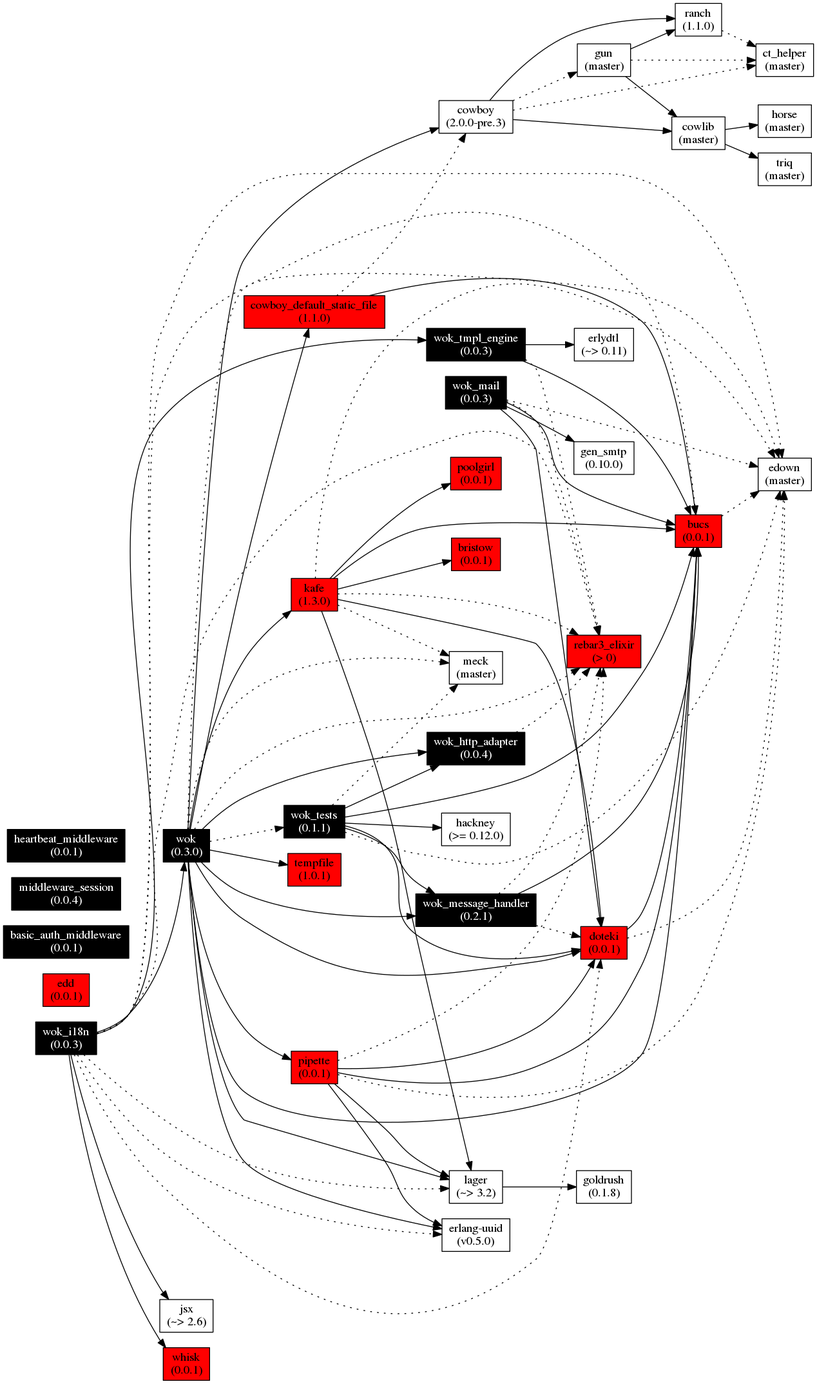
Above: doc/images/wok.deps.png in botsunit/wok (Graphviz), before the change. Its source is kept beside it as images/wok.deps.gv.
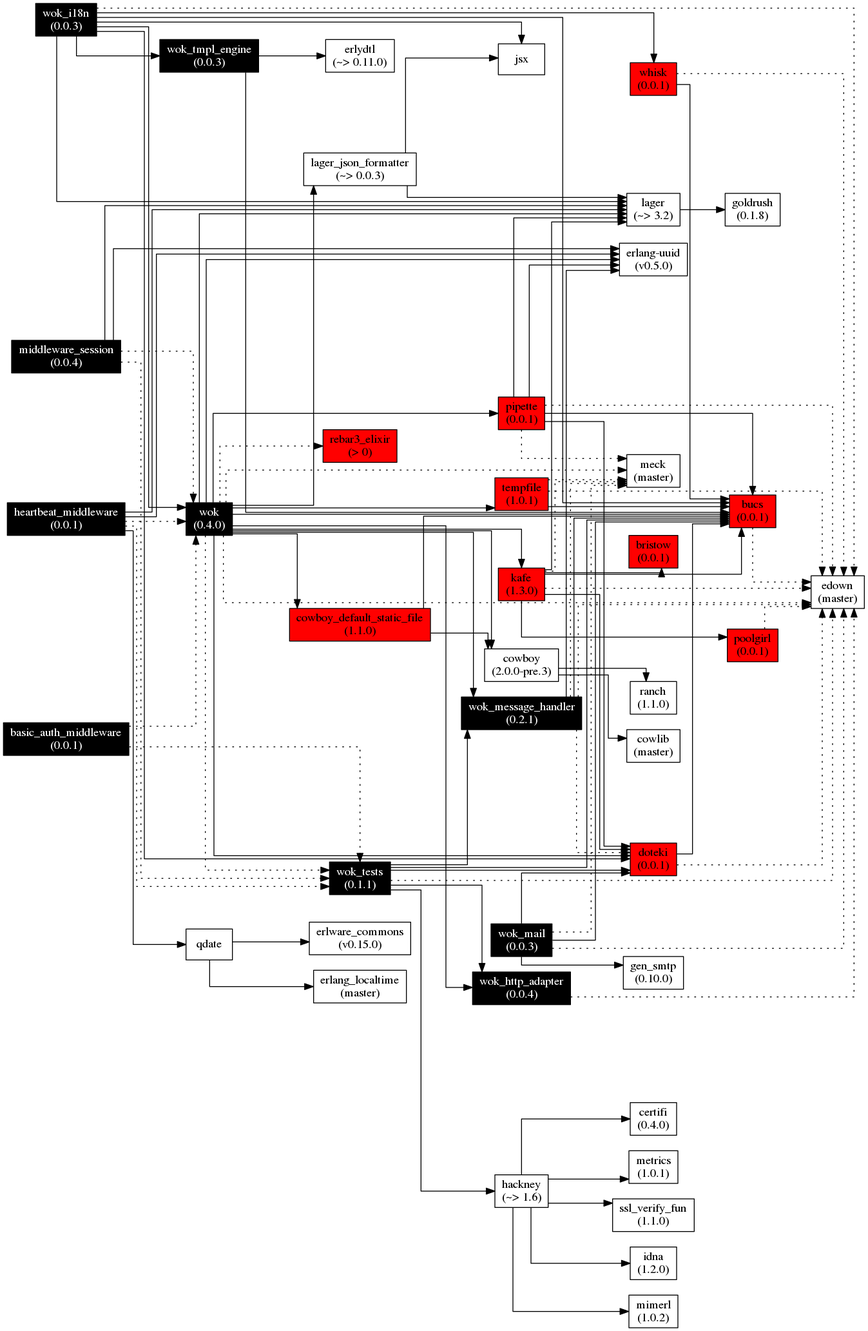
After the commit.

The edit, as a diff of the source:
```diff
@@ -1,50 +1,54 @@
 digraph wok_deps {
   node[shape=box];
   graph[
-    overlap=false,
-    splines=spline;
+    remincross=true;
+    splines=ortho;
     rankdir=LR;
   ]
 
-  wok[label="wok\n(0.3.0)", fontcolor="white", style="filled", fillcolor="black"];
+  wok[label="wok\n(0.4.0)", fontcolor="white", style="filled", fillcolor="black"];
   lager[label="lager\n(~> 3.2)"];
+  lager_json_formatter[label="lager_json_formatter\n(~> 0.0.3)"];
   wok_http_adapter[label="wok_http_adapter\n(0.0.4)", fontcolor="white", style="filled", fillcolor="black"];
   wok_message_handler[label="wok_message_handler\n(0.2.1)", fontcolor="white", style="filled", fillcolor="black"];
   pipette[label="pipette\n(0.0.1)", style="filled", fillcolor="red"];
   kafe[label="kafe\n(1.3.0)", style="filled", fillcolor="red"];
-  poolgirl[label="poolgirl\n(0.0.1)", style="filled", fillcolor="red"];
-  bristow[label="bristow\n(0.0.1)", style="filled", fillcolor="red"];
   cowboy[label="cowboy\n(2.0.0-pre.3)"];
   cowboy_default_static_file[label="cowboy_default_static_file\n(1.1.0)", style="filled", fillcolor="red"];
-  tempfile[label="tempfile\n(1.0.1)", style="filled", fillcolor="red"];
   bucs[label="bucs\n(0.0.1)", style="filled", fillcolor="red"];
   doteki[label="doteki\n(0.0.1)", style="filled", fillcolor="red"];
   uuid[label="erlang-uuid\n(v0.5.0)"];
+  tempfile[label="tempfile\n(1.0.1)", style="filled", fillcolor="red"];
   rebar3_elixir[label="rebar3_elixir\n(> 0)", style="filled", fillcolor="red"];
+  wok_tests[label="wok_tests\n(0.1.1)", fontcolor="white", style="filled", fillcolor="black"];
+  meck[label="meck\n(master)"];
   edown[label="edown\n(master)"];
-  meck[label="meck\n(master)"];
-  wok_tests[label="wok_tests\n(0.1.1)", fontcolor="white", style="filled", fillcolor="black"];
   goldrush[label="goldrush\n(0.1.8)"];
+  jsx[laber="jsx\n(~> 2.6)"];
+  poolgirl[label="poolgirl\n(0.0.1)", style="filled", fillcolor="red"];
+  bristow[label="bristow\n(0.0.1)", style="filled", fillcolor="red"];
   cowlib[label="cowlib\n(master)"];
   ranch[label="ranch\n(1.1.0)"];
-  gun[label="gun\n(master)"];
-  ct_helper[label="ct_helper\n(master)"];
-  hackney[label="hackney\n(>= 0.12.0)"];
-  horse[label="horse\n(master)"];
-  triq[label="triq\n(master)"];
+  hackney[label="hackney\n(~> 1.6)"];
+  idna[label="idna\n(1.2.0)"];
+  mimerl[label="mimerl\n(1.0.2)"];
+  certifi[label="certifi\n(0.4.0)"];
+  metrics[label="metrics\n(1.0.1)"];
+  ssl_verify_fun[label="ssl_verify_fun\n(1.1.0)"];
   wok_mail[label="wok_mail\n(0.0.3)", fontcolor="white", style="filled", fillcolor="black"];
   gen_smtp[label="gen_smtp\n(0.10.0)"];
   wok_i18n[label="wok_i18n\n(0.0.3)", fontcolor="white", style="filled", fillcolor="black"];
-  jsx[label="jsx\n(~> 2.6)"];
+  wok_tmpl_engine[label="wok_tmpl_engine\n(0.0.3)", fontcolor="white", style="filled", fillcolor="black"];
   whisk[label="whisk\n(0.0.1)", style="filled", fillcolor="red"];
-  wok_tmpl_engine[label="wok_tmpl_engine\n(0.0.3)", fontcolor="white", style="filled", fillcolor="black"];
-  erlydtl[label="erlydtl\n(~> 0.11)"];
-  edd[label="edd\n(0.0.1)", style="filled", fillcolor="red"];
+  erlydtl[label="erlydtl\n(~> 0.11.0)"];
   basic_auth_middleware[label="basic_auth_middleware\n(0.0.1)", fontcolor="white", style="filled", fillcolor="black"];
   middleware_session[label="middleware_session\n(0.0.4)", fontcolor="white", style="filled", fillcolor="black"];
   heartbeat_middleware[label="heartbeat_middleware\n(0.0.1)", fontcolor="white", style="filled", fillcolor="black"];
+  erlware_commons[label="erlware_commons\n(v0.15.0)"];
+  erlang_localtime[label="erlang_localtime\n(master)"];
 
   wok -> lager;
+  wok -> lager_json_formatter
   wok -> wok_http_adapter;
   wok -> wok_message_handler;
   wok -> pipette;
@@ -56,46 +60,52 @@
   wok -> uuid;
   wok -> tempfile;
   wok-> rebar3_elixir[style=dotted];
-  wok-> edown[style=dotted];
-  wok-> wok_tests[style=dotted];
-  wok-> meck[style=dotted];
+  wok -> meck[style=dotted];
+  wok -> wok_tests[style=dotted];
+  wok -> edown[style=dotted];
 
   lager -> goldrush;
 
-  wok_http_adapter -> rebar3_elixir[style=dotted];
+  lager_json_formatter -> lager;
+  lager_json_formatter -> jsx;
+
+  wok_http_adapter -> edown[style=dotted];
 
   wok_message_handler -> bucs;
+  wok_message_handler -> uuid;
+  wok_message_handler -> meck[style=dotted];
   wok_message_handler -> doteki[style=dotted];
-  wok_message_handler -> rebar3_elixir[style=dotted];
+  wok_message_handler -> edown[style=dotted];
 
   pipette -> lager;
   pipette -> bucs;
   pipette -> doteki;
   pipette -> uuid;
+  pipette -> meck[style=dotted];
   pipette -> edown[style=dotted];
-  pipette -> rebar3_elixir[style=dotted];
 
   kafe -> lager;
   kafe -> bucs;
   kafe -> doteki;
   kafe -> poolgirl;
   kafe -> bristow;
+  kafe -> meck[style=dotted];
   kafe -> edown[style=dotted];
-  kafe -> meck[style=dotted];
-  kafe -> rebar3_elixir[style=dotted];
 
   cowboy -> cowlib;
   cowboy -> ranch;
-  cowboy -> ct_helper[style=dotted];
-  cowboy -> gun[style=dotted];
 
   cowboy_default_static_file -> bucs;
-  cowboy_default_static_file -> cowboy[style=dotted];
+  cowboy_default_static_file -> cowboy;
 
-  bucs -> edown[style=dotted];
+  bucs -> edown[style=dotted]
 
   doteki -> bucs;
   doteki -> edown[style=dotted];
+
+  tempfile -> bucs;
+  tempfile -> meck[style=dotted];
+  tempfile -> edown[style=dotted];
 
   wok_tests -> bucs;
   wok_tests -> wok_http_adapter;
@@ -103,35 +113,50 @@
   wok_tests -> doteki;
   wok_tests -> hackney;
   wok_tests -> edown[style=dotted];
-  wok_tests -> meck[style=dotted];
 
-  cowlib -> horse;
-  cowlib -> triq;
+  poolgirl -> edown[style=dotted];
 
-  ranch -> ct_helper[style=dotted];
-
-  gun -> cowlib;
-  gun -> ranch;
-  gun -> ct_helper[style=dotted];
+  hackney -> idna;
+  hackney -> mimerl;
+  hackney -> certifi;
+  hackney -> metrics;
+  hackney -> ssl_verify_fun;
 
   wok_mail -> bucs;
   wok_mail -> doteki;
   wok_mail -> gen_smtp;
+  wok_mail -> meck[style=dotted];
   wok_mail -> edown[style=dotted];
-  wok_mail -> rebar3_elixir[style=dotted];
 
+  wok_i18n -> jsx;
+  wok_i18n -> lager;
+  wok_i18n -> wok_tmpl_engine;
   wok_i18n -> whisk;
-  wok_i18n -> wok_tmpl_engine;
-  wok_i18n -> jsx;
-  wok_i18n -> rebar3_elixir[style=dotted];
-  wok_i18n -> lager[style=dotted];
-  wok_i18n -> doteki[style=dotted];
-  wok_i18n -> bucs[style=dotted];
-  wok_i18n -> uuid[style=dotted];
+  wok_i18n -> wok;
+  wok_i18n -> bucs;
+  wok_i18n -> doteki;
   wok_i18n -> edown[style=dotted];
-  wok_i18n -> wok;
 
+  wok_tmpl_engine -> bucs;
   wok_tmpl_engine -> erlydtl;
-  wok_tmpl_engine -> bucs;
-  wok_tmpl_engine -> rebar3_elixir[style=dotted];
+
+  whisk -> bucs;
+  whisk -> edown[style=dotted];
+
+  basic_auth_middleware -> wok[style=dotted];
+  basic_auth_middleware -> wok_tests[style=dotted];
+
+  middleware_session -> lager;
+  middleware_session -> uuid;
+  middleware_session -> wok[style=dotted];
+  middleware_session -> wok_tests[style=dotted];
+
+  heartbeat_middleware -> lager;
+  heartbeat_middleware -> uuid;
+  heartbeat_middleware -> qdate;
+  heartbeat_middleware -> wok[style=dotted];
+  heartbeat_middleware -> wok_tests[style=dotted];
+
+  qdate -> erlware_commons;
+  qdate -> erlang_localtime;
 }
```
